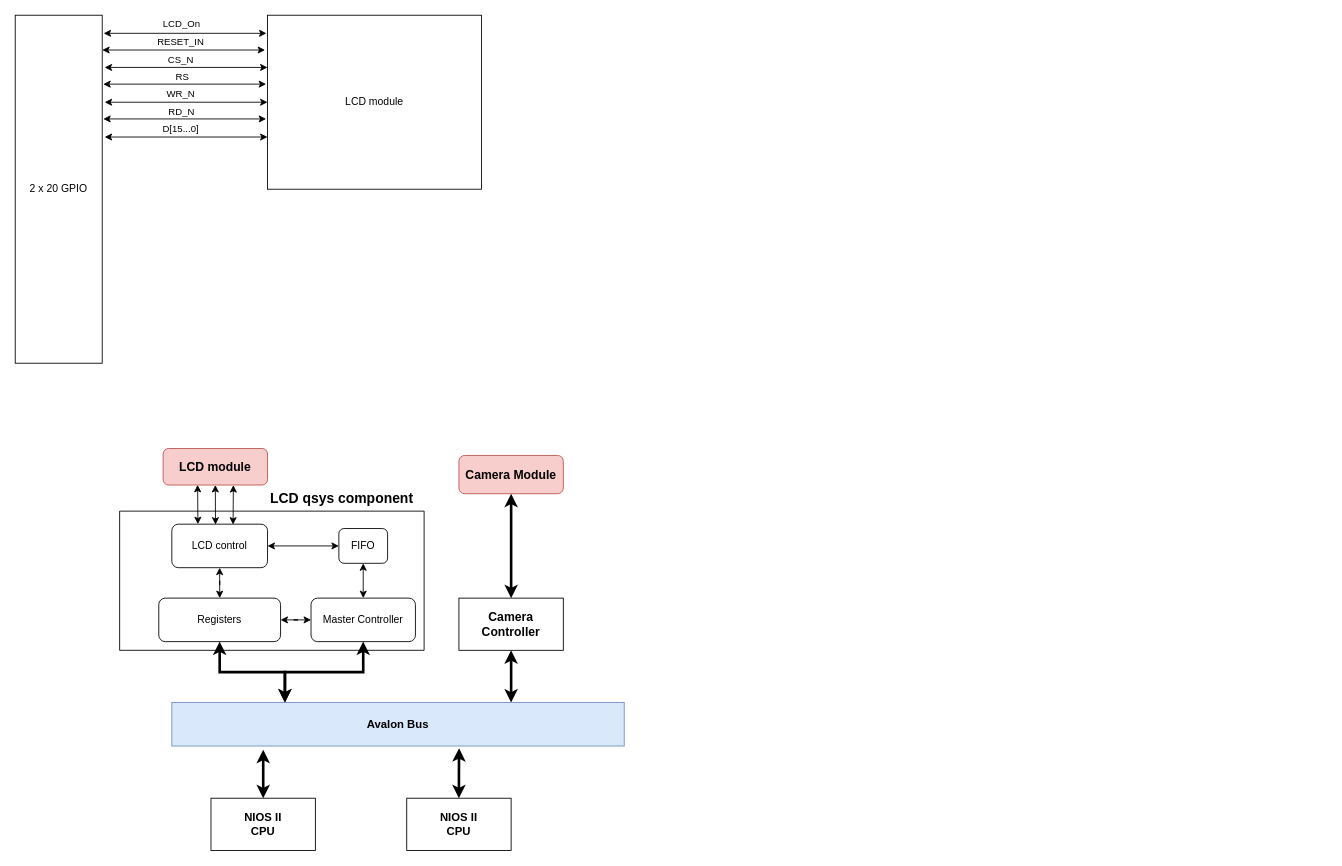
jsilveira1409/CS-473-Embedded-systems keeps this draw.io diagram as page "Page-1" (1 of 4) of Lab3/blockdiagrams.drawio. Above is the earlier version. Source tidied: cells renumbered, new cells numbered last; positions are measured from the earlier drawing's top-left corner, leaving out a move shared by most shapes. Both pictures are drawn from the tidied source at 87%, with x=0, y=0 at pixel (15, 15).
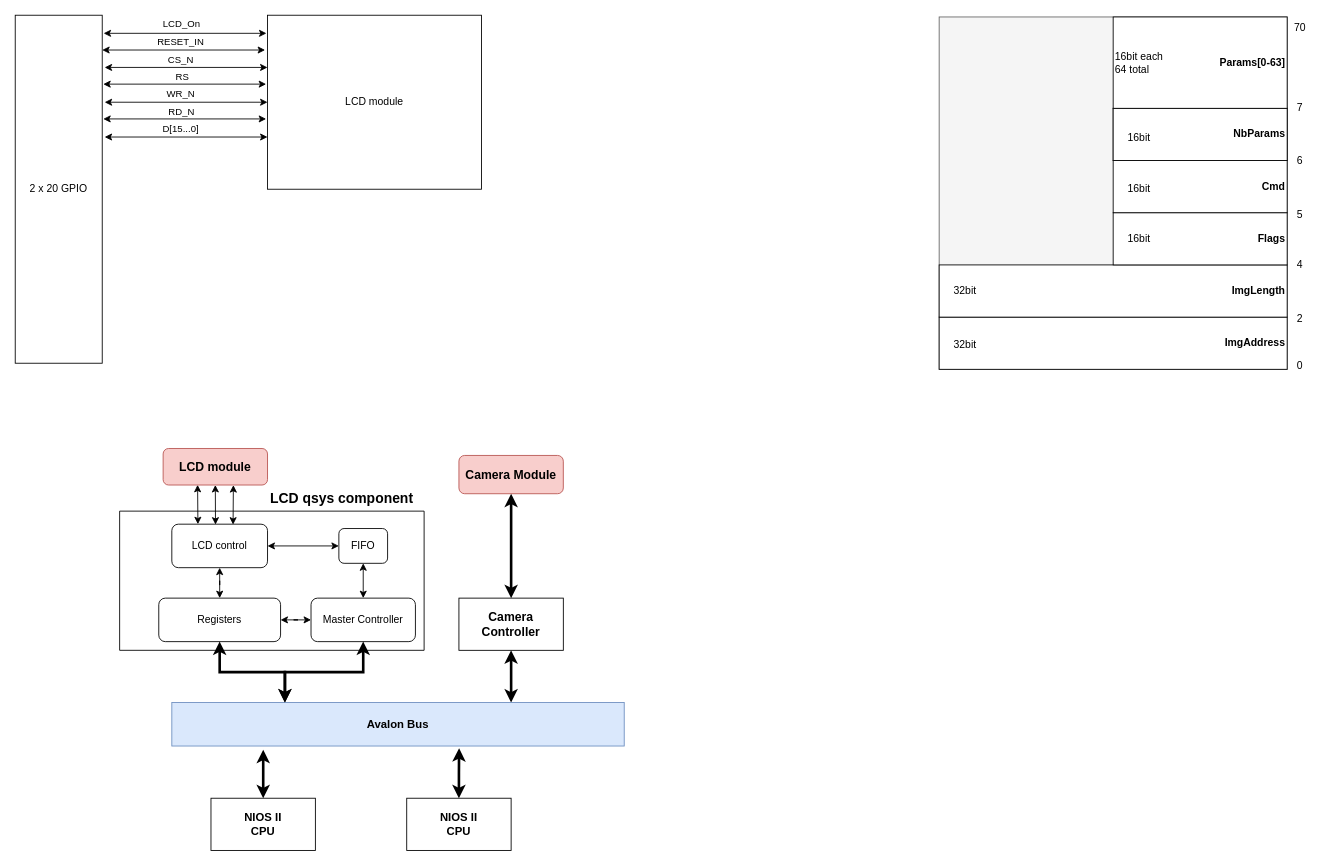
The same diagram, later.

What changed in the source:
```diff
@@
+    <mxCell id="43" style="rounded=0;whiteSpace=wrap;html=1;fillColor=#f5f5f5;fontColor=#333333;strokeColor=#666666;" parent="1" vertex="1">
+      <mxGeometry x="1062" y="2" width="400" height="405" as="geometry" />
+    </mxCell>
+    <mxCell id="44" value="ImgAddress" style="rounded=0;whiteSpace=wrap;html=1;align=right;fontStyle=1;" parent="1" vertex="1">
+      <mxGeometry x="1062" y="347" width="400" height="60" as="geometry" />
+    </mxCell>
+    <mxCell id="45" value="ImgLength" style="rounded=0;whiteSpace=wrap;html=1;align=right;fontStyle=1;" parent="1" vertex="1">
+      <mxGeometry x="1062" y="287" width="400" height="60" as="geometry" />
+    </mxCell>
+    <mxCell id="46" value="Flags" style="rounded=0;whiteSpace=wrap;html=1;align=right;fontStyle=1;" parent="1" vertex="1">
+      <mxGeometry x="1262" y="227" width="200" height="60" as="geometry" />
+    </mxCell>
+    <mxCell id="47" value="Cmd" style="rounded=0;whiteSpace=wrap;html=1;align=right;fontStyle=1;" parent="1" vertex="1">
+      <mxGeometry x="1262" y="167" width="200" height="60" as="geometry" />
+    </mxCell>
+    <mxCell id="48" style="rounded=0;whiteSpace=wrap;html=1;" parent="1" vertex="1">
+      <mxGeometry x="1262" y="107" width="200" height="60" as="geometry" />
+    </mxCell>
+    <mxCell id="49" value="NbParams" style="rounded=0;whiteSpace=wrap;html=1;align=right;fontStyle=1;" parent="1" vertex="1">
+      <mxGeometry x="1262" y="107" width="200" height="60" as="geometry" />
+    </mxCell>
+    <mxCell id="50" value="Params[0-63]" style="rounded=0;whiteSpace=wrap;html=1;align=right;fontStyle=1;" parent="1" vertex="1">
+      <mxGeometry x="1262" y="2" width="200" height="105" as="geometry" />
+    </mxCell>
+    <mxCell id="51" value="16bit each&lt;br&gt;&lt;div style=&quot;text-align: left;&quot;&gt;&lt;span style=&quot;background-color: initial;&quot;&gt;64 total&lt;/span&gt;&lt;/div&gt;" style="text;html=1;strokeColor=none;fillColor=none;align=center;verticalAlign=middle;whiteSpace=wrap;rounded=0;" parent="1" vertex="1">
+      <mxGeometry x="1262" y="39.5" width="60" height="30" as="geometry" />
+    </mxCell>
+    <mxCell id="52" value="16bit" style="text;html=1;strokeColor=none;fillColor=none;align=center;verticalAlign=middle;whiteSpace=wrap;rounded=0;" parent="1" vertex="1">
+      <mxGeometry x="1262" y="185" width="60" height="30" as="geometry" />
+    </mxCell>
+    <mxCell id="53" value="16bit" style="text;html=1;strokeColor=none;fillColor=none;align=center;verticalAlign=middle;whiteSpace=wrap;rounded=0;" parent="1" vertex="1">
+      <mxGeometry x="1262" y="126" width="60" height="30" as="geometry" />
+    </mxCell>
+    <mxCell id="54" value="16bit" style="text;html=1;strokeColor=none;fillColor=none;align=center;verticalAlign=middle;whiteSpace=wrap;rounded=0;" parent="1" vertex="1">
+      <mxGeometry x="1262" y="242" width="60" height="30" as="geometry" />
+    </mxCell>
+    <mxCell id="55" value="32bit" style="text;html=1;strokeColor=none;fillColor=none;align=center;verticalAlign=middle;whiteSpace=wrap;rounded=0;" parent="1" vertex="1">
+      <mxGeometry x="1062" y="302" width="60" height="30" as="geometry" />
+    </mxCell>
+    <mxCell id="56" value="32bit" style="text;html=1;strokeColor=none;fillColor=none;align=center;verticalAlign=middle;whiteSpace=wrap;rounded=0;" parent="1" vertex="1">
+      <mxGeometry x="1062" y="364" width="60" height="30" as="geometry" />
+    </mxCell>
+    <mxCell id="57" value="0" style="text;html=1;strokeColor=none;fillColor=none;align=center;verticalAlign=middle;whiteSpace=wrap;rounded=0;" parent="1" vertex="1">
+      <mxGeometry x="1447" y="388" width="60" height="30" as="geometry" />
+    </mxCell>
+    <mxCell id="58" value="2" style="text;html=1;strokeColor=none;fillColor=none;align=center;verticalAlign=middle;whiteSpace=wrap;rounded=0;" parent="1" vertex="1">
+      <mxGeometry x="1447" y="334" width="60" height="30" as="geometry" />
+    </mxCell>
+    <mxCell id="59" value="4" style="text;html=1;strokeColor=none;fillColor=none;align=center;verticalAlign=middle;whiteSpace=wrap;rounded=0;" parent="1" vertex="1">
+      <mxGeometry x="1447" y="272" width="60" height="30" as="geometry" />
+    </mxCell>
+    <mxCell id="60" value="5" style="text;html=1;strokeColor=none;fillColor=none;align=center;verticalAlign=middle;whiteSpace=wrap;rounded=0;" parent="1" vertex="1">
+      <mxGeometry x="1447" y="215" width="60" height="30" as="geometry" />
+    </mxCell>
+    <mxCell id="61" value="6" style="text;html=1;strokeColor=none;fillColor=none;align=center;verticalAlign=middle;whiteSpace=wrap;rounded=0;" parent="1" vertex="1">
+      <mxGeometry x="1447" y="152" width="60" height="30" as="geometry" />
+    </mxCell>
+    <mxCell id="62" value="7" style="text;html=1;strokeColor=none;fillColor=none;align=center;verticalAlign=middle;whiteSpace=wrap;rounded=0;" parent="1" vertex="1">
+      <mxGeometry x="1447" y="92" width="60" height="30" as="geometry" />
+    </mxCell>
+    <mxCell id="63" value="70" style="text;html=1;strokeColor=none;fillColor=none;align=center;verticalAlign=middle;whiteSpace=wrap;rounded=0;" parent="1" vertex="1">
+      <mxGeometry x="1447" width="60" height="30" as="geometry" />
+    </mxCell>
```
